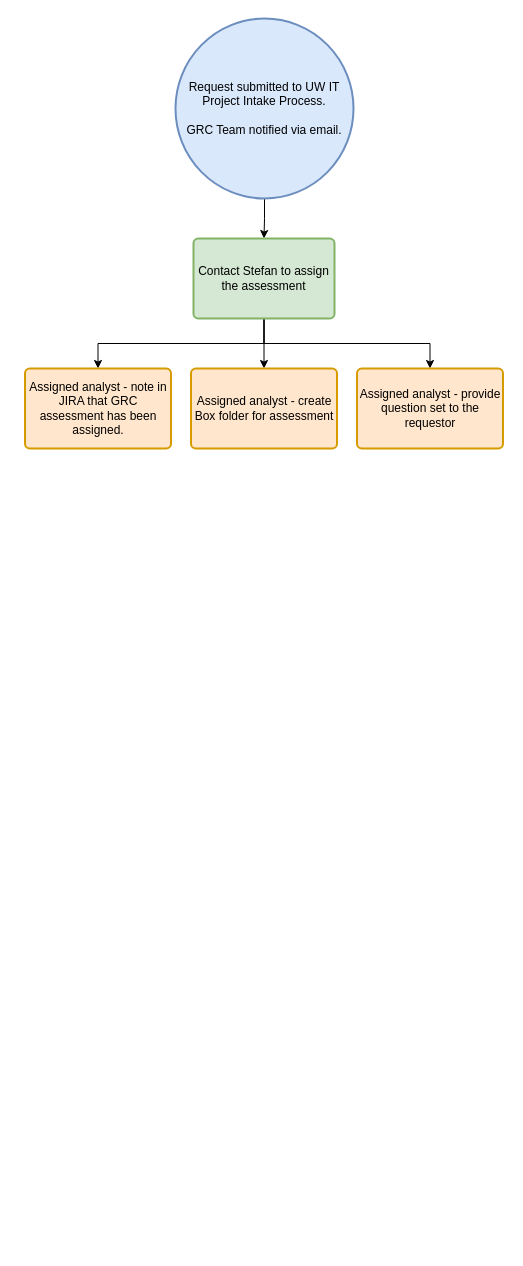
Above: UW Project Intake Process - GRC Procedure.drawio in dssntnt/uw (draw.io), before the change. Source tidied: cells renumbered, new cells numbered last; positions are measured from the earlier drawing's top-left corner, leaving out a move shared by most shapes. Both pictures are drawn from the tidied source at 100%, with x=0, y=0 at pixel (25, 18).
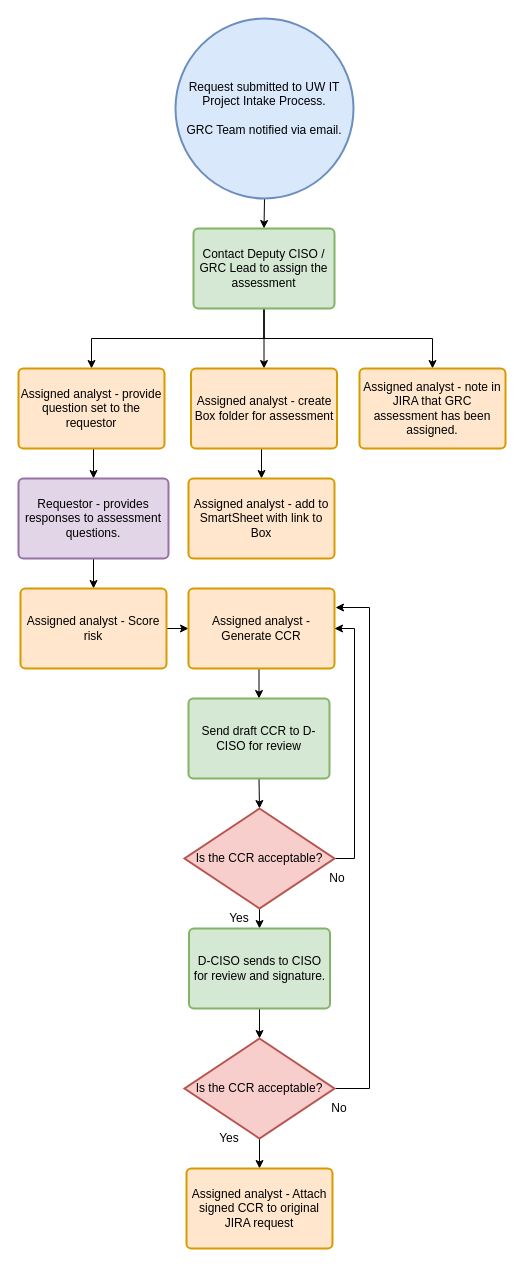
After the change.

Unchanged cells that the change refers to:
```xml
<mxCell id="9" value="Assigned analyst - create Box folder for assessment" style="strokeWidth=2;html=1;shape=mxgraph.flowchart.process;whiteSpace=wrap;fillColor=#ffe6cc;strokeColor=#d79b00;" parent="1" vertex="1">
  <mxGeometry x="165.5" y="350" width="146" height="80" as="geometry" />
</mxCell>
```

Diff of the diagram source:
```diff
@@
-    <mxCell id="7" value="Contact Stefan to assign the assessment" style="strokeWidth=2;html=1;shape=mxgraph.flowchart.process;whiteSpace=wrap;fillColor=#d5e8d4;strokeColor=#82b366;" parent="1" vertex="1">
-      <mxGeometry x="168" y="220" width="141" height="80" as="geometry" />
+    <mxCell id="7" value="Contact Deputy CISO / GRC Lead to assign the assessment" style="strokeWidth=2;html=1;shape=mxgraph.flowchart.process;whiteSpace=wrap;fillColor=#d5e8d4;strokeColor=#82b366;" parent="1" vertex="1">
+      <mxGeometry x="168" y="210" width="141" height="80" as="geometry" />
     </mxCell>
     <mxCell id="8" value="Assigned analyst - note in JIRA that GRC assessment has been assigned." style="strokeWidth=2;html=1;shape=mxgraph.flowchart.process;whiteSpace=wrap;fillColor=#ffe6cc;strokeColor=#d79b00;" parent="1" vertex="1">
-      <mxGeometry x="-0.5" y="350" width="146" height="80" as="geometry" />
+      <mxGeometry x="334" y="350" width="146" height="80" as="geometry" />
     </mxCell>
+    <mxCell id="11" style="edgeStyle=orthogonalEdgeStyle;rounded=0;jettySize=auto;html=1;exitX=0.5;exitY=1;exitDx=0;exitDy=0;exitPerimeter=0;entryX=0.5;entryY=0;entryDx=0;entryDy=0;entryPerimeter=0;" parent="1" edge="1" source="9" target="21">
+      <mxGeometry relative="1" as="geometry" />
+    </mxCell>
@@
+    <mxCell id="12" style="edgeStyle=orthogonalEdgeStyle;rounded=0;jettySize=auto;html=1;exitX=0.5;exitY=1;exitDx=0;exitDy=0;exitPerimeter=0;entryX=0.5;entryY=0;entryDx=0;entryDy=0;entryPerimeter=0;" parent="1" edge="1" source="10" target="14">
+      <mxGeometry relative="1" as="geometry" />
+    </mxCell>
     <mxCell id="10" value="Assigned analyst - provide question set to the requestor" style="strokeWidth=2;html=1;shape=mxgraph.flowchart.process;whiteSpace=wrap;fillColor=#ffe6cc;strokeColor=#d79b00;" parent="1" vertex="1">
-      <mxGeometry x="331.5" y="350" width="146" height="80" as="geometry" />
+      <mxGeometry x="-7" y="350" width="146" height="80" as="geometry" />
     </mxCell>
+    <mxCell id="13" style="edgeStyle=orthogonalEdgeStyle;rounded=0;jettySize=auto;html=1;exitX=0.5;exitY=1;exitDx=0;exitDy=0;exitPerimeter=0;entryX=0.5;entryY=0;entryDx=0;entryDy=0;entryPerimeter=0;" parent="1" edge="1" source="14" target="16">
+      <mxGeometry relative="1" as="geometry" />
+    </mxCell>
+    <mxCell id="14" value="Requestor - provides responses to assessment questions." style="strokeWidth=2;html=1;shape=mxgraph.flowchart.process;whiteSpace=wrap;fillColor=#e1d5e7;strokeColor=#9673a6;" parent="1" vertex="1">
+      <mxGeometry x="-7" y="460" width="150" height="80" as="geometry" />
+    </mxCell>
+    <mxCell id="15" style="edgeStyle=orthogonalEdgeStyle;rounded=0;jettySize=auto;html=1;exitX=1;exitY=0.5;exitDx=0;exitDy=0;exitPerimeter=0;entryX=0;entryY=0.5;entryDx=0;entryDy=0;entryPerimeter=0;" parent="1" edge="1" source="16" target="18">
+      <mxGeometry relative="1" as="geometry" />
+    </mxCell>
+    <mxCell id="16" value="Assigned analyst - Score risk" style="strokeWidth=2;html=1;shape=mxgraph.flowchart.process;whiteSpace=wrap;fillColor=#ffe6cc;strokeColor=#d79b00;" parent="1" vertex="1">
+      <mxGeometry x="-5" y="570" width="146" height="80" as="geometry" />
+    </mxCell>
+    <mxCell id="17" style="edgeStyle=orthogonalEdgeStyle;rounded=0;jettySize=auto;html=1;exitX=0.5;exitY=1;exitDx=0;exitDy=0;exitPerimeter=0;entryX=0.5;entryY=0;entryDx=0;entryDy=0;entryPerimeter=0;" parent="1" edge="1" source="18" target="20">
+      <mxGeometry relative="1" as="geometry" />
+    </mxCell>
+    <mxCell id="18" value="&lt;div&gt;Assigned analyst - Generate CCR&lt;/div&gt;" style="strokeWidth=2;html=1;shape=mxgraph.flowchart.process;whiteSpace=wrap;fillColor=#ffe6cc;strokeColor=#d79b00;" parent="1" vertex="1">
+      <mxGeometry x="163" y="570" width="146" height="80" as="geometry" />
+    </mxCell>
+    <mxCell id="19" style="edgeStyle=orthogonalEdgeStyle;rounded=0;jettySize=auto;html=1;exitX=0.5;exitY=1;exitDx=0;exitDy=0;exitPerimeter=0;entryX=0.5;entryY=0;entryDx=0;entryDy=0;entryPerimeter=0;" parent="1" edge="1" source="20" target="24">
+      <mxGeometry relative="1" as="geometry" />
+    </mxCell>
+    <mxCell id="20" value="Send draft CCR to D-CISO for review" style="strokeWidth=2;html=1;shape=mxgraph.flowchart.process;whiteSpace=wrap;fillColor=#d5e8d4;strokeColor=#82b366;" parent="1" vertex="1">
+      <mxGeometry x="163" y="680" width="141" height="80" as="geometry" />
+    </mxCell>
+    <mxCell id="21" value="Assigned analyst - add to SmartSheet with link to Box" style="strokeWidth=2;html=1;shape=mxgraph.flowchart.process;whiteSpace=wrap;fillColor=#ffe6cc;strokeColor=#d79b00;" parent="1" vertex="1">
+      <mxGeometry x="163" y="460" width="146" height="80" as="geometry" />
+    </mxCell>
+    <mxCell id="22" style="edgeStyle=orthogonalEdgeStyle;rounded=0;jettySize=auto;html=1;exitX=1;exitY=0.5;exitDx=0;exitDy=0;exitPerimeter=0;entryX=1;entryY=0.5;entryDx=0;entryDy=0;entryPerimeter=0;" parent="1" edge="1" source="24" target="18">
+      <mxGeometry relative="1" as="geometry" />
+    </mxCell>
+    <mxCell id="23" style="edgeStyle=orthogonalEdgeStyle;rounded=0;jettySize=auto;html=1;exitX=0.5;exitY=1;exitDx=0;exitDy=0;exitPerimeter=0;entryX=0.5;entryY=0;entryDx=0;entryDy=0;entryPerimeter=0;" parent="1" edge="1" source="24" target="26">
+      <mxGeometry relative="1" as="geometry" />
+    </mxCell>
+    <mxCell id="24" value="Is the CCR acceptable?" style="strokeWidth=2;html=1;shape=mxgraph.flowchart.decision;whiteSpace=wrap;fillColor=#f8cecc;strokeColor=#b85450;" parent="1" vertex="1">
+      <mxGeometry x="159" y="790" width="150" height="100" as="geometry" />
+    </mxCell>
+    <mxCell id="25" style="edgeStyle=orthogonalEdgeStyle;rounded=0;jettySize=auto;html=1;exitX=0.5;exitY=1;exitDx=0;exitDy=0;exitPerimeter=0;entryX=0.5;entryY=0;entryDx=0;entryDy=0;entryPerimeter=0;" parent="1" edge="1" source="26" target="29">
+      <mxGeometry relative="1" as="geometry" />
+    </mxCell>
+    <mxCell id="26" value="D-CISO sends to CISO for review and signature." style="strokeWidth=2;html=1;shape=mxgraph.flowchart.process;whiteSpace=wrap;fillColor=#d5e8d4;strokeColor=#82b366;" parent="1" vertex="1">
+      <mxGeometry x="163.5" y="910" width="141" height="80" as="geometry" />
+    </mxCell>
+    <mxCell id="27" style="edgeStyle=orthogonalEdgeStyle;rounded=0;jettySize=auto;html=1;exitX=1;exitY=0.5;exitDx=0;exitDy=0;exitPerimeter=0;entryX=1.007;entryY=0.238;entryDx=0;entryDy=0;entryPerimeter=0;" parent="1" edge="1" source="29" target="18">
+      <mxGeometry relative="1" as="geometry">
+        <Array as="points">
+          <mxPoint x="344" y="1070" />
+          <mxPoint x="344" y="589" />
+        </Array>
+      </mxGeometry>
+    </mxCell>
+    <mxCell id="28" style="edgeStyle=orthogonalEdgeStyle;rounded=0;jettySize=auto;html=1;exitX=0.5;exitY=1;exitDx=0;exitDy=0;exitPerimeter=0;entryX=0.5;entryY=0;entryDx=0;entryDy=0;entryPerimeter=0;" parent="1" edge="1" source="29" target="34">
+      <mxGeometry relative="1" as="geometry" />
+    </mxCell>
+    <mxCell id="29" value="Is the CCR acceptable?" style="strokeWidth=2;html=1;shape=mxgraph.flowchart.decision;whiteSpace=wrap;fillColor=#f8cecc;strokeColor=#b85450;" parent="1" vertex="1">
+      <mxGeometry x="159" y="1020" width="150" height="100" as="geometry" />
+    </mxCell>
+    <mxCell id="30" value="No" style="text;html=1;strokeColor=none;fillColor=none;align=center;verticalAlign=middle;whiteSpace=wrap;rounded=0;" parent="1" vertex="1">
+      <mxGeometry x="291.5" y="850" width="40" height="20" as="geometry" />
+    </mxCell>
+    <mxCell id="31" value="No" style="text;html=1;strokeColor=none;fillColor=none;align=center;verticalAlign=middle;whiteSpace=wrap;rounded=0;" parent="1" vertex="1">
+      <mxGeometry x="294" y="1080" width="40" height="20" as="geometry" />
+    </mxCell>
+    <mxCell id="32" value="Yes" style="text;html=1;strokeColor=none;fillColor=none;align=center;verticalAlign=middle;whiteSpace=wrap;rounded=0;" parent="1" vertex="1">
+      <mxGeometry x="193.5" y="890" width="40" height="20" as="geometry" />
+    </mxCell>
+    <mxCell id="33" value="Yes" style="text;html=1;strokeColor=none;fillColor=none;align=center;verticalAlign=middle;whiteSpace=wrap;rounded=0;" parent="1" vertex="1">
+      <mxGeometry x="184" y="1110" width="40" height="20" as="geometry" />
+    </mxCell>
+    <mxCell id="34" value="&lt;div&gt;Assigned analyst - Attach signed CCR to original JIRA request&lt;br&gt;&lt;/div&gt;" style="strokeWidth=2;html=1;shape=mxgraph.flowchart.process;whiteSpace=wrap;fillColor=#ffe6cc;strokeColor=#d79b00;" parent="1" vertex="1">
+      <mxGeometry x="161" y="1150" width="146" height="80" as="geometry" />
+    </mxCell>
```
